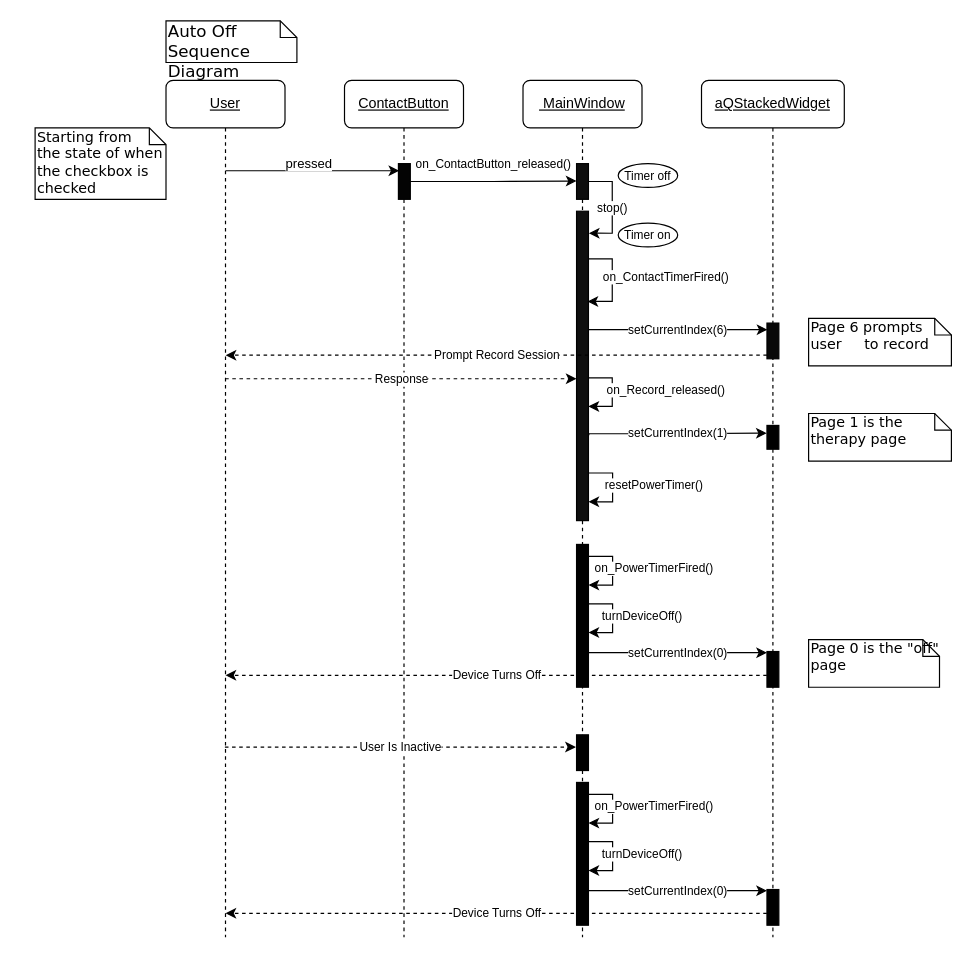
Hall-Andrew/CESDEVICE-3004FinalProject keeps this draw.io diagram as Documentation/auto_off.drawio. Above is the earlier version. Source tidied: cells renumbered, new cells numbered last; positions are measured from the earlier drawing's top-left corner, leaving out a move shared by most shapes. Both pictures are drawn from the tidied source at 119%, with x=0, y=0 at pixel (35, 20).
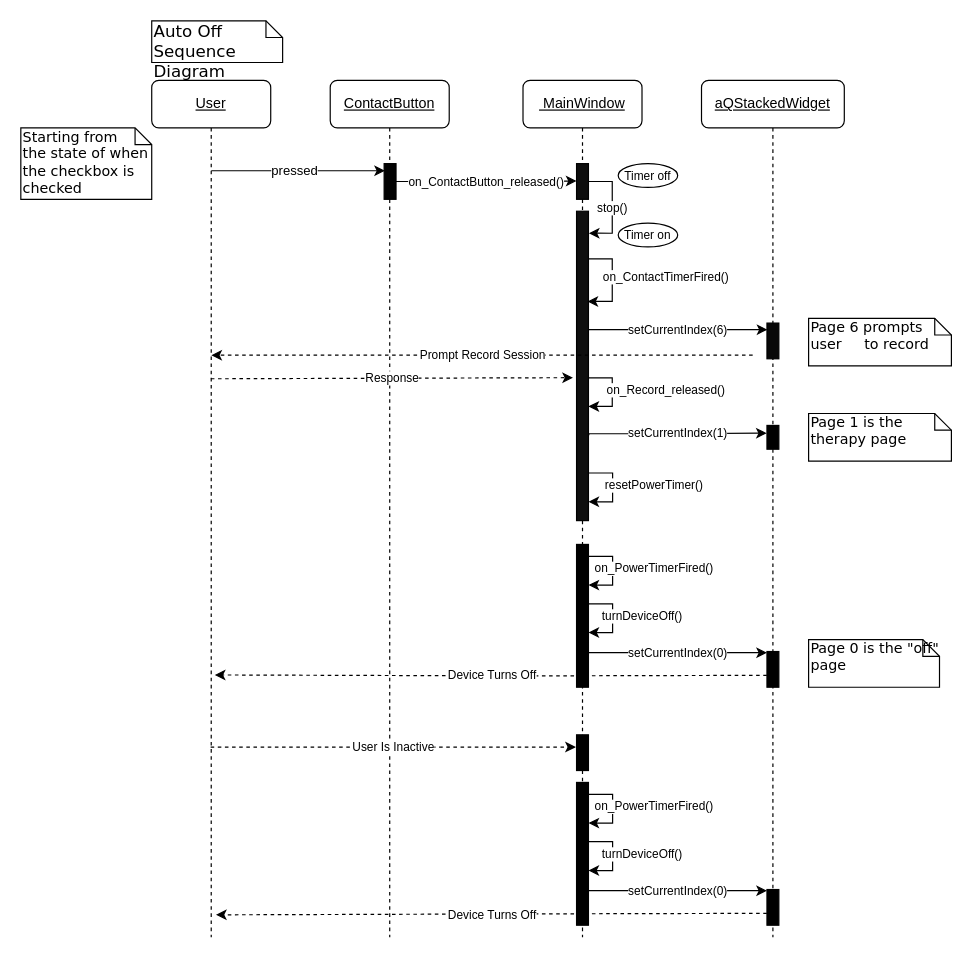
The same diagram, later.

The change refers to these unchanged cells:
```xml
<mxCell id="2" value="&lt;u&gt;&lt;font face=&quot;Helvetica&quot;&gt;&amp;nbsp;MainWindow&lt;/font&gt;&lt;/u&gt;" style="shape=umlLifeline;perimeter=lifelinePerimeter;whiteSpace=wrap;html=1;rounded=1;shadow=0;comic=0;labelBackgroundColor=none;strokeWidth=1;fontFamily=Verdana;fontSize=12;align=center;" parent="1" vertex="1">
  <mxGeometry x="410" y="50" width="100" height="720" as="geometry" />
</mxCell>
<mxCell id="4" style="html=1;points=[];perimeter=orthogonalPerimeter;rounded=0;shadow=0;comic=0;labelBackgroundColor=none;strokeWidth=1;fontFamily=Verdana;fontSize=12;align=center;fillColor=#0D0D0D;" parent="2" vertex="1">
  <mxGeometry x="45" y="70" width="10" height="30" as="geometry" />
</mxCell>
<mxCell id="5" style="html=1;points=[];perimeter=orthogonalPerimeter;rounded=0;shadow=0;comic=0;labelBackgroundColor=none;strokeWidth=1;fontFamily=Verdana;fontSize=12;align=center;fillColor=#0F0F0F;" parent="2" vertex="1">
  <mxGeometry x="45" y="110" width="10" height="260" as="geometry" />
</mxCell>
<mxCell id="28" style="html=1;points=[];perimeter=orthogonalPerimeter;rounded=0;shadow=0;comic=0;labelBackgroundColor=none;strokeWidth=1;fontFamily=Verdana;fontSize=12;align=center;fillColor=#030303;" parent="27" vertex="1">
  <mxGeometry x="45.3" y="70" width="10" height="30" as="geometry" />
</mxCell>
```

The edit, as a diff of the source:
```diff
@@
-    <mxCell id="12" value="Device Turns Off" style="edgeStyle=orthogonalEdgeStyle;rounded=0;orthogonalLoop=1;jettySize=auto;html=1;fontSize=10;dashed=1;" parent="2" edge="1">
+    <mxCell id="12" value="Device Turns Off" style="edgeStyle=orthogonalEdgeStyle;rounded=0;jettySize=auto;html=1;fontSize=10;dashed=1;entryX=0.53;entryY=0.694;entryDx=0;entryDy=0;entryPerimeter=0;" parent="2" edge="1" target="25">
       <mxGeometry relative="1" as="geometry">
         <mxPoint x="204.9" y="500" as="sourcePoint" />
-        <mxPoint x="-250" y="500" as="targetPoint" />
       </mxGeometry>
     </mxCell>
@@
-    <mxCell id="16" value="Device Turns Off" style="edgeStyle=orthogonalEdgeStyle;rounded=0;orthogonalLoop=1;jettySize=auto;html=1;fontSize=10;dashed=1;" parent="2" edge="1">
+    <mxCell id="16" value="Device Turns Off" style="edgeStyle=orthogonalEdgeStyle;rounded=0;jettySize=auto;html=1;fontSize=10;dashed=1;entryX=0.54;entryY=0.974;entryDx=0;entryDy=0;entryPerimeter=0;" parent="2" edge="1" target="25">
       <mxGeometry relative="1" as="geometry">
         <mxPoint x="204.9" y="700" as="sourcePoint" />
-        <mxPoint x="-250" y="700" as="targetPoint" />
       </mxGeometry>
     </mxCell>
@@
     <mxCell id="25" value="&lt;u&gt;&lt;font face=&quot;Helvetica&quot;&gt;User&lt;/font&gt;&lt;/u&gt;" style="shape=umlLifeline;perimeter=lifelinePerimeter;whiteSpace=wrap;html=1;outlineConnect=0;rounded=1;shadow=0;comic=0;labelBackgroundColor=none;strokeWidth=1;fontFamily=Verdana;fontSize=12;align=center;" parent="1" vertex="1">
-      <mxGeometry x="110" y="50" width="100" height="720" as="geometry" />
+      <mxGeometry x="98" y="50" width="100" height="720" as="geometry" />
     </mxCell>
     <mxCell id="26" value="&lt;font style=&quot;font-size: 14px&quot;&gt;Auto Off &lt;br&gt;Sequence Diagram&lt;/font&gt;" style="shape=note;whiteSpace=wrap;html=1;size=14;verticalAlign=top;align=left;spacingTop=-6;rounded=0;shadow=0;comic=0;labelBackgroundColor=none;strokeWidth=1;fontFamily=Verdana;fontSize=12;fillColor=default;strokeColor=default;fontColor=default;" parent="1" vertex="1">
-      <mxGeometry x="110" width="110" height="35" as="geometry" />
+      <mxGeometry x="98" width="110" height="35" as="geometry" />
     </mxCell>
     <mxCell id="27" value="&lt;u&gt;&lt;font face=&quot;Helvetica&quot;&gt;ContactButton&lt;/font&gt;&lt;/u&gt;" style="shape=umlLifeline;perimeter=lifelinePerimeter;whiteSpace=wrap;html=1;rounded=1;shadow=0;comic=0;labelBackgroundColor=none;strokeWidth=1;fontFamily=Verdana;fontSize=12;align=center;" parent="1" vertex="1">
-      <mxGeometry x="260" y="50" width="100" height="720" as="geometry" />
+      <mxGeometry x="248" y="50" width="100" height="720" as="geometry" />
     </mxCell>
@@
     <mxCell id="29" value="pressed" style="endArrow=classic;html=1;rounded=0;entryX=0.067;entryY=0.2;entryDx=0;entryDy=0;entryPerimeter=0;" parent="1" edge="1">
-      <mxGeometry x="-0.04" y="6" relative="1" as="geometry">
-        <mxPoint x="160.1" y="126" as="sourcePoint" />
-        <mxPoint x="306" y="126" as="targetPoint" />
+      <mxGeometry x="-0.04" relative="1" as="geometry">
+        <mxPoint x="148.1" y="126" as="sourcePoint" />
+        <mxPoint x="294" y="126" as="targetPoint" />
       </mxGeometry>
     </mxCell>
     <mxCell id="30" value="Starting from &lt;br&gt;the state of when the checkbox is checked&amp;nbsp;" style="shape=note;whiteSpace=wrap;html=1;size=14;verticalAlign=top;align=left;spacingTop=-6;rounded=0;shadow=0;comic=0;labelBackgroundColor=none;strokeWidth=1;fontFamily=Verdana;fontSize=12;fillColor=default;strokeColor=default;fontColor=default;" parent="1" vertex="1">
-      <mxGeometry y="90" width="110" height="60" as="geometry" />
+      <mxGeometry x="-12" y="90" width="110" height="60" as="geometry" />
     </mxCell>
     <mxCell id="31" value="&lt;font style=&quot;font-size: 10px&quot;&gt;on_ContactButton_released()&lt;/font&gt;" style="edgeStyle=orthogonalEdgeStyle;rounded=0;jettySize=auto;html=1;entryX=0;entryY=0.487;entryDx=0;entryDy=0;entryPerimeter=0;" parent="1" edge="1" source="28" target="4">
-      <mxGeometry y="15" relative="1" as="geometry" />
+      <mxGeometry relative="1" as="geometry" />
     </mxCell>
@@
     <mxCell id="34" value="Prompt Record Session" style="edgeStyle=orthogonalEdgeStyle;rounded=0;orthogonalLoop=1;jettySize=auto;html=1;fontSize=10;dashed=1;" parent="1" edge="1">
       <mxGeometry relative="1" as="geometry">
-        <mxPoint x="615" y="281" as="sourcePoint" />
-        <mxPoint x="160.1" y="281" as="targetPoint" />
+        <mxPoint x="603" y="281" as="sourcePoint" />
+        <mxPoint x="148.1" y="281" as="targetPoint" />
       </mxGeometry>
     </mxCell>
@@
-    <mxCell id="36" value="Response" style="endArrow=classic;html=1;rounded=0;dashed=1;fontSize=10;entryX=0;entryY=0.739;entryDx=0;entryDy=0;entryPerimeter=0;" parent="1" edge="1">
+    <mxCell id="36" value="Response" style="endArrow=classic;html=1;rounded=0;dashed=1;fontSize=10;entryX=-0.3;entryY=0.538;entryDx=0;entryDy=0;entryPerimeter=0;" parent="1" edge="1" target="5">
       <mxGeometry relative="1" as="geometry">
-        <mxPoint x="159.7" y="300.8" as="sourcePoint" />
-        <mxPoint x="455" y="300.8" as="targetPoint" />
+        <mxPoint x="147.7" y="300.8" as="sourcePoint" />
       </mxGeometry>
     </mxCell>
```
